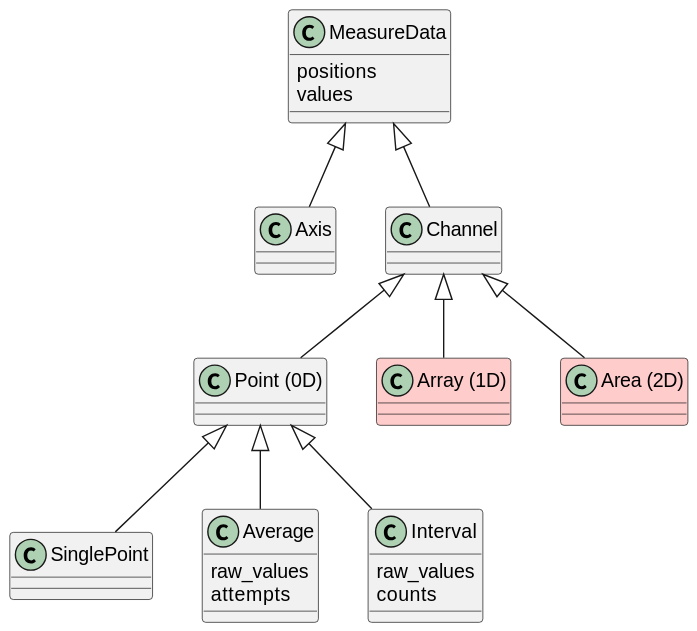
tillbiskup/evedata keeps this PlantUML diagram as docs/uml/measuredata-types.svg. Above is the earlier version. The source it was exported from:
```plantuml
@startuml

class MeasureData {
    positions
    values
}

class Axis extends MeasureData {}

class Channel extends MeasureData {}

class "Point (0D)" extends Channel {}

class SinglePoint extends "Point (0D)" {}

class Average extends "Point (0D)" {
    raw_values
    attempts
}

class Interval extends "Point (0D)" {
    raw_values
    counts
}

class "Array (1D)" #FFCCCC extends Channel {}

class "Area (2D)" #FFCCCC extends Channel {}
@enduml
```
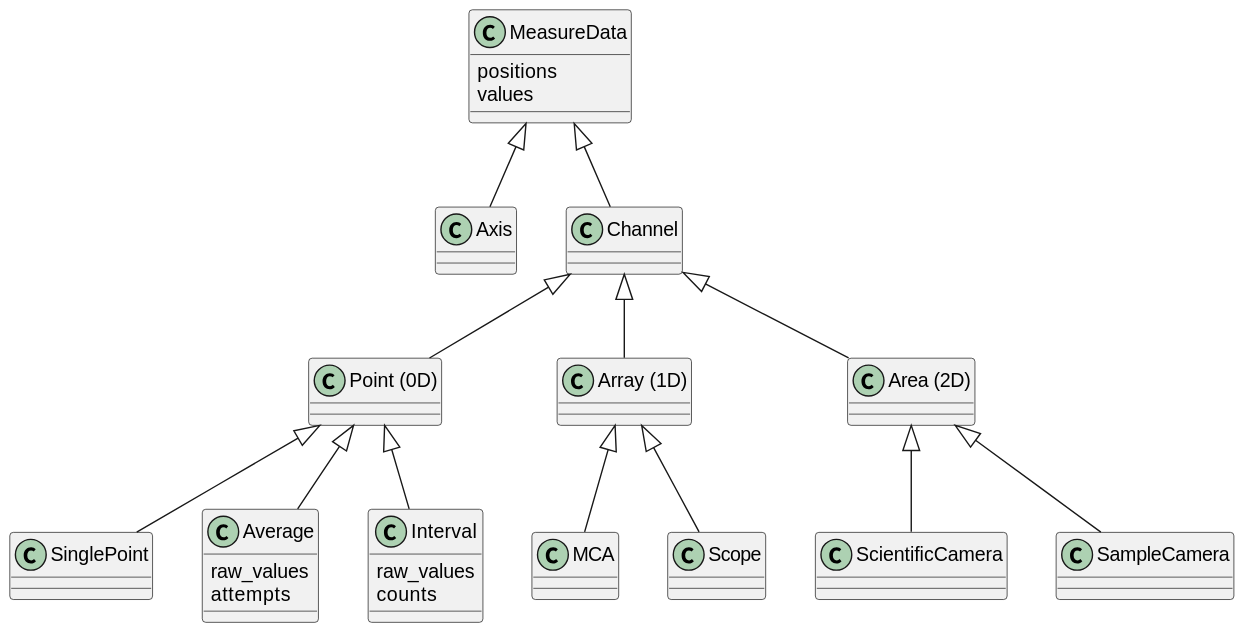
Above is the later version.

Change to the diagram source:
```diff
@@ -23,7 +23,15 @@
     counts
 }
 
-class "Array (1D)" #FFCCCC extends Channel {}
+class "Array (1D)" extends Channel {}
 
-class "Area (2D)" #FFCCCC extends Channel {}
+class MCA extends "Array (1D)"
+
+class Scope extends "Array (1D)"
+
+class "Area (2D)" extends Channel {}
+
+class ScientificCamera extends "Area (2D)"
+
+class SampleCamera extends "Area (2D)"
 @enduml
```
